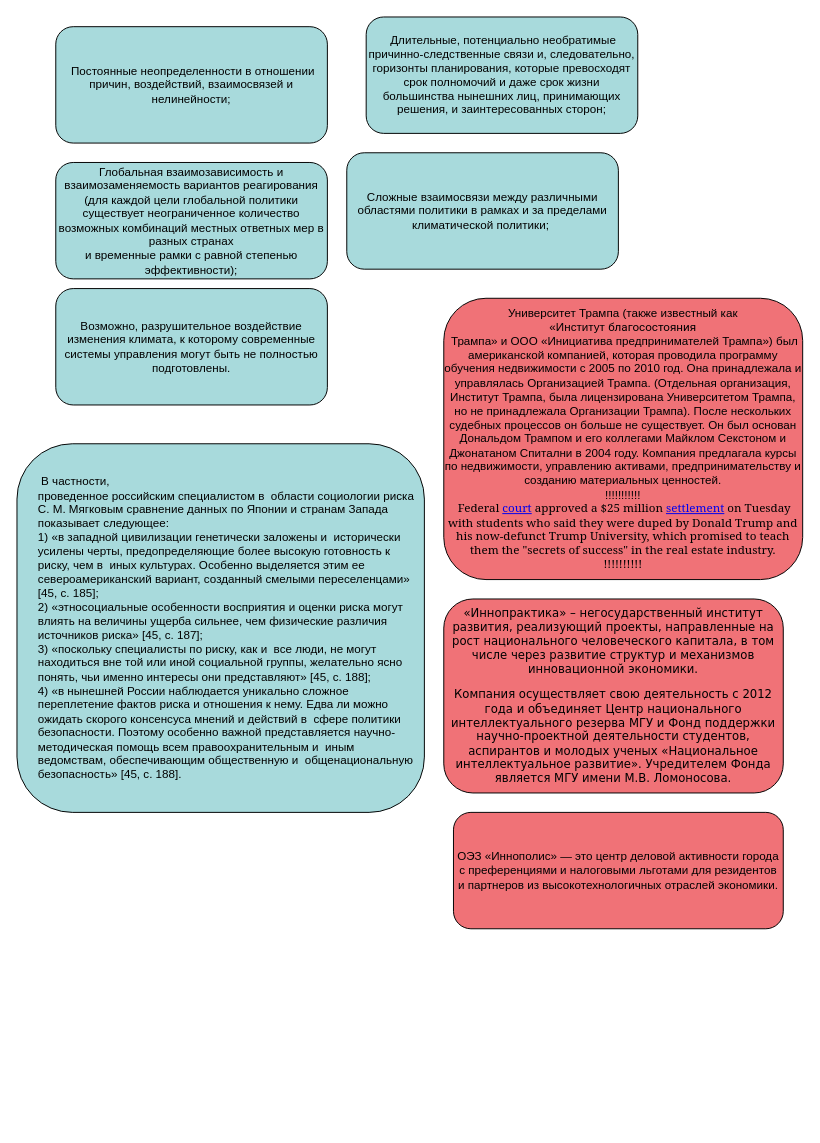
Before: page "Page-2" (2 of 3) of stratefiction.drawio in dstefanovskiy/draw.io, a draw.io diagram. Source tidied: cells renumbered, new cells numbered last; positions are measured from the earlier drawing's top-left corner, leaving out a move shared by most shapes. Both pictures are drawn from the tidied source at 97%, with x=0, y=0 at pixel (16, 16).
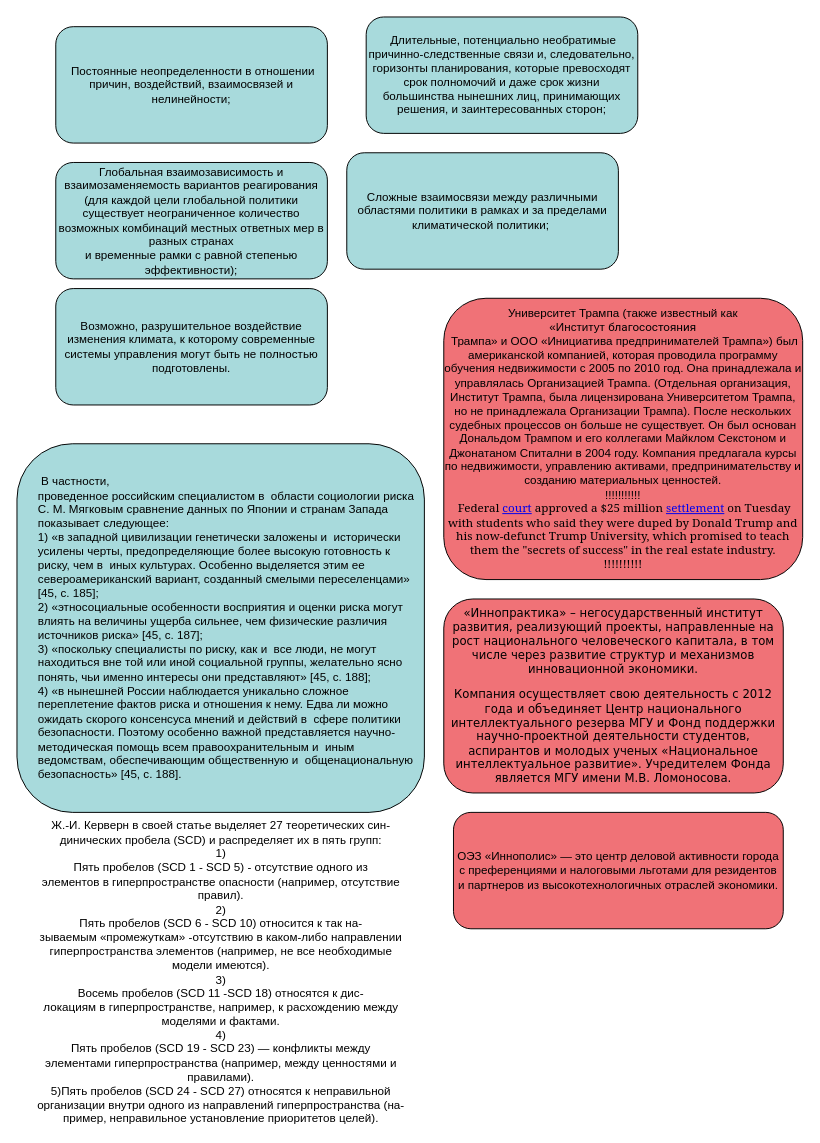
Above is the later version.

The edit, as a diff of the source:
```diff
@@
 <mxGraphModel>
   <root>
     <mxCell id="0" />
     <mxCell id="1" parent="0" />
     <mxCell id="2" value="&amp;nbsp;Длительные, потенциально необратимые причинно-следственные связи и, следовательно, горизонты планирования, которые превосходят срок полномочий и даже срок жизни большинства нынешних лиц, принимающих решения, и заинтересованных сторон;" style="rounded=1;whiteSpace=wrap;html=1;fillColor=#A8DADC;" parent="1" vertex="1">
       <mxGeometry x="360" width="280" height="120" as="geometry" />
     </mxCell>
     <mxCell id="3" value="&amp;nbsp;Постоянные неопределенности в отношении причин, воздействий, взаимосвязей и нелинейности;" style="rounded=1;whiteSpace=wrap;html=1;fillColor=#A8DADC;" parent="1" vertex="1">
       <mxGeometry x="40" y="10" width="280" height="120" as="geometry" />
     </mxCell>
     <mxCell id="4" value="&lt;div&gt;Сложные взаимосвязи между различными областями политики в рамках и за пределами климатической политики;&lt;span&gt;&amp;nbsp;&lt;/span&gt;&lt;/div&gt;" style="rounded=1;whiteSpace=wrap;html=1;fillColor=#A8DADC;" parent="1" vertex="1">
       <mxGeometry x="340" y="140" width="280" height="120" as="geometry" />
     </mxCell>
     <mxCell id="5" value="&lt;div&gt;Глобальная взаимозависимость и взаимозаменяемость вариантов реагирования (для каждой цели глобальной политики существует неограниченное количество возможных комбинаций местных ответных мер в разных странах&lt;/div&gt;&lt;div&gt;и временные рамки с равной степенью эффективности);&lt;/div&gt;" style="rounded=1;whiteSpace=wrap;html=1;fillColor=#A8DADC;" parent="1" vertex="1">
       <mxGeometry x="40" y="150" width="280" height="120" as="geometry" />
     </mxCell>
     <mxCell id="6" value="&lt;span&gt;Возможно, разрушительное воздействие изменения климата, к которому современные системы управления могут быть не полностью подготовлены.&lt;/span&gt;" style="rounded=1;whiteSpace=wrap;html=1;fillColor=#A8DADC;" parent="1" vertex="1">
       <mxGeometry x="40" y="280" width="280" height="120" as="geometry" />
     </mxCell>
     <mxCell id="7" value="&amp;nbsp;В частности,&lt;br&gt;проведенное российским специалистом в&amp;nbsp; области социологии риска С. М. Мягковым сравнение данных по Японии и&amp;nbsp;странам Запада показывает следующее:&lt;br&gt;1) «в западной цивилизации генетически заложены и&amp;nbsp; исторически усилены черты, предопределяющие более высокую готовность к&amp;nbsp; риску, чем&amp;nbsp;в&amp;nbsp; иных культурах. Особенно выделяется этим ее североамериканский вариант, созданный смелыми переселенцами» [45, c. 185];&lt;br&gt;2) «этносоциальные особенности восприятия и&amp;nbsp;оценки риска могут влиять на величины ущерба&amp;nbsp;сильнее, чем физические различия источников риска» [45, c. 187];&lt;br&gt;3) «поскольку специалисты по риску, как и&amp;nbsp; все люди, не могут находиться вне той или иной социальной группы, желательно ясно понять, чьи именно интересы они представляют» [45, c. 188];&lt;br&gt;4) «в нынешней России наблюдается уникально&amp;nbsp;сложное переплетение фактов риска и&amp;nbsp;отношения&amp;nbsp;к&amp;nbsp;нему. Едва ли можно ожидать скорого консенсуса мнений и&amp;nbsp;действий в&amp;nbsp; сфере политики безопасности. Поэтому особенно важной представляется научно-методическая помощь всем правоохранительным и&amp;nbsp; иным ведомствам, обеспечивающим&amp;nbsp;общественную и&amp;nbsp; общенациональную безопасность» [45, c. 188]." style="rounded=1;whiteSpace=wrap;html=1;fillColor=#A8DADC;align=left;spacingTop=0;spacingLeft=20;spacingRight=10;" parent="1" vertex="1">
       <mxGeometry y="440" width="420" height="380" as="geometry" />
     </mxCell>
     <mxCell id="8" value="&lt;font style=&quot;font-size: 12px&quot;&gt;Университет Трампа (также известный как «Институт&amp;nbsp;&lt;span style=&quot;font-family: &amp;#34;roboto&amp;#34; , &amp;#34;arial&amp;#34; , sans-serif&quot;&gt;благосостояния&lt;/span&gt;&lt;br&gt;&amp;nbsp;Трампа» и ООО «Инициатива предпринимателей Трампа») был американской компанией, которая проводила программу обучения недвижимости с 2005 по 2010 год. Она принадлежала и управлялась Организацией Трампа. (Отдельная организация, Институт Трампа, была лицензирована Университетом Трампа, но не принадлежала Организации Трампа). После нескольких судебных процессов он больше не существует. Он был основан Дональдом Трампом и его коллегами Майклом Секстоном и Джонатаном Спитални в 2004 году. Компания предлагала курсы по недвижимости, управлению активами, предпринимательству и созданию материальных ценностей.&lt;br&gt;!!!!!!!!!!!&lt;br&gt;&lt;span style=&quot;font-family: &amp;#34;publicotext&amp;#34; , &amp;#34;georgia&amp;#34; , &amp;#34;timesnewroman&amp;#34; , &amp;#34;times new roman&amp;#34; , &amp;#34;times&amp;#34; , &amp;#34;baskerville&amp;#34; , serif&quot;&gt;&amp;nbsp;Federal&lt;/span&gt;&lt;span style=&quot;font-family: &amp;#34;publicotext&amp;#34; , &amp;#34;georgia&amp;#34; , &amp;#34;timesnewroman&amp;#34; , &amp;#34;times new roman&amp;#34; , &amp;#34;times&amp;#34; , &amp;#34;baskerville&amp;#34; , serif&quot;&gt;&amp;nbsp;&lt;/span&gt;&lt;a href=&quot;http://msnbcmedia.msn.com/i/TODAY/z_Creative/17-55635_Documents.pdf&quot; style=&quot;font-family: &amp;#34;publicotext&amp;#34; , &amp;#34;georgia&amp;#34; , &amp;#34;timesnewroman&amp;#34; , &amp;#34;times new roman&amp;#34; , &amp;#34;times&amp;#34; , &amp;#34;baskerville&amp;#34; , serif ; box-sizing: border-box ; outline: none&quot;&gt;court&lt;/a&gt;&lt;span style=&quot;font-family: &amp;#34;publicotext&amp;#34; , &amp;#34;georgia&amp;#34; , &amp;#34;timesnewroman&amp;#34; , &amp;#34;times new roman&amp;#34; , &amp;#34;times&amp;#34; , &amp;#34;baskerville&amp;#34; , serif&quot;&gt;&amp;nbsp;&lt;/span&gt;&lt;span style=&quot;font-family: &amp;#34;publicotext&amp;#34; , &amp;#34;georgia&amp;#34; , &amp;#34;timesnewroman&amp;#34; , &amp;#34;times new roman&amp;#34; , &amp;#34;times&amp;#34; , &amp;#34;baskerville&amp;#34; , serif&quot;&gt;approved a $25 million&lt;/span&gt;&lt;span style=&quot;font-family: &amp;#34;publicotext&amp;#34; , &amp;#34;georgia&amp;#34; , &amp;#34;timesnewroman&amp;#34; , &amp;#34;times new roman&amp;#34; , &amp;#34;times&amp;#34; , &amp;#34;baskerville&amp;#34; , serif&quot;&gt;&amp;nbsp;&lt;/span&gt;&lt;a href=&quot;https://www.nbcnews.com/business/business-news/judge-approves-25-million-settlement-trump-university-lawsuit-n741201&quot; class=&quot; vilynx_listened&quot; style=&quot;font-family: &amp;#34;publicotext&amp;#34; , &amp;#34;georgia&amp;#34; , &amp;#34;timesnewroman&amp;#34; , &amp;#34;times new roman&amp;#34; , &amp;#34;times&amp;#34; , &amp;#34;baskerville&amp;#34; , serif ; box-sizing: border-box ; outline: none&quot;&gt;settlement&lt;/a&gt;&lt;span style=&quot;font-family: &amp;#34;publicotext&amp;#34; , &amp;#34;georgia&amp;#34; , &amp;#34;timesnewroman&amp;#34; , &amp;#34;times new roman&amp;#34; , &amp;#34;times&amp;#34; , &amp;#34;baskerville&amp;#34; , serif&quot;&gt;&amp;nbsp;&lt;/span&gt;&lt;span style=&quot;font-family: &amp;#34;publicotext&amp;#34; , &amp;#34;georgia&amp;#34; , &amp;#34;timesnewroman&amp;#34; , &amp;#34;times new roman&amp;#34; , &amp;#34;times&amp;#34; , &amp;#34;baskerville&amp;#34; , serif&quot;&gt;on Tuesday with students who said they were duped by Donald Trump and his now-defunct Trump University, which promised to teach them the &quot;secrets of success&quot; in the real estate industry.&lt;br&gt;!!!!!!!!!!&lt;/span&gt;&lt;br&gt;&lt;/font&gt;" style="rounded=1;whiteSpace=wrap;html=1;fillColor=#F07277;" parent="1" vertex="1">
       <mxGeometry x="440" y="290" width="370" height="290" as="geometry" />
     </mxCell>
     <mxCell id="9" value="&lt;p style=&quot;margin-bottom: 1em ; font-family: &amp;#34;verdana&amp;#34;&quot;&gt;&lt;span style=&quot;font-family: &amp;#34;verdana&amp;#34;&quot;&gt;&lt;font style=&quot;font-size: 12px&quot;&gt;«Иннопрактика» – негосударственный институт развития, реализующий проекты, направленные на рост национального человеческого капитала, в том числе через развитие структур и механизмов инновационной экономики.&lt;/font&gt;&lt;/span&gt;&lt;/p&gt;&lt;p style=&quot;margin-bottom: 1em ; font-family: &amp;#34;verdana&amp;#34;&quot;&gt;&lt;span style=&quot;font-family: &amp;#34;verdana&amp;#34;&quot;&gt;&lt;font style=&quot;font-size: 12px&quot;&gt;Компания осуществляет свою деятельность с 2012 года и объединяет Центр национального интеллектуального резерва МГУ и Фонд поддержки научно-проектной деятельности студентов, аспирантов и молодых ученых «Национальное интеллектуальное развитие». Учредителем Фонда является МГУ имени М.В. Ломоносова.&lt;/font&gt;&lt;/span&gt;&lt;/p&gt;" style="rounded=1;whiteSpace=wrap;html=1;fillColor=#F07277;" parent="1" vertex="1">
       <mxGeometry x="440" y="600" width="350" height="200" as="geometry" />
     </mxCell>
     <mxCell id="10" value="&lt;span style=&quot;font-family: &amp;#34;letosans&amp;#34; , &amp;#34;arial&amp;#34; , &amp;#34;helvetica&amp;#34; , sans-serif ; text-align: left&quot;&gt;&lt;font style=&quot;font-size: 12px&quot;&gt;ОЭЗ «Иннополис»&amp;nbsp;— это центр деловой активности города с&amp;nbsp;преференциями и&amp;nbsp;налоговыми льготами для&amp;nbsp;резидентов и&amp;nbsp;партнеров из&amp;nbsp;высокотехнологичных отраслей экономики.&lt;/font&gt;&lt;/span&gt;" style="rounded=1;whiteSpace=wrap;html=1;fillColor=#F07277;" parent="1" vertex="1">
       <mxGeometry x="450" y="820" width="340" height="120" as="geometry" />
     </mxCell>
+    <mxCell id="11" value="&lt;div&gt;Ж.-И. Керверн в своей статье выделяет 27 теоретических син-&lt;/div&gt;&lt;div&gt;динических пробела (SCD) и распределяет их в пять групп:&lt;/div&gt;&lt;div&gt;1)&lt;/div&gt;&lt;div&gt;Пять пробелов (SCD 1 - SCD 5) - отсутствие одного из&lt;/div&gt;&lt;div&gt;элементов в гиперпространстве опасности (например, отсутствие&lt;/div&gt;&lt;div&gt;правил).&lt;/div&gt;&lt;div&gt;2)&lt;/div&gt;&lt;div&gt;Пять пробелов (SCD 6 - SCD 10) относится к так на-&lt;/div&gt;&lt;div&gt;зываемым «промежуткам» -отсутствию в каком-либо направлении&lt;/div&gt;&lt;div&gt;гиперпространства элементов (например, не все необходимые&lt;/div&gt;&lt;div&gt;модели имеются).&lt;/div&gt;&lt;div&gt;3)&lt;/div&gt;&lt;div&gt;Восемь пробелов (SCD 11 -SCD 18) относятся к дис-&lt;/div&gt;&lt;div&gt;локациям в гиперпространстве, например, к расхождению между&lt;/div&gt;&lt;div&gt;моделями и фактами.&lt;/div&gt;&lt;div&gt;4)&lt;/div&gt;&lt;div&gt;Пять пробелов (SCD 19 - SCD 23) — конфликты между&lt;/div&gt;&lt;div&gt;элементами гиперпространства (например, между ценностями и&lt;/div&gt;&lt;div&gt;правилами).&lt;/div&gt;&lt;div&gt;5)Пять пробелов (SCD 24 - SCD 27) относятся к неправильной&lt;/div&gt;&lt;div&gt;организации внутри одного из направлений гиперпространства (на-&lt;/div&gt;&lt;div&gt;пример, неправильное установление приоритетов целей).&lt;/div&gt;" style="text;html=1;align=center;verticalAlign=middle;" parent="1" vertex="1">
+      <mxGeometry x="15" y="830" width="390" height="310" as="geometry" />
+    </mxCell>
   </root>
 </mxGraphModel>
```
